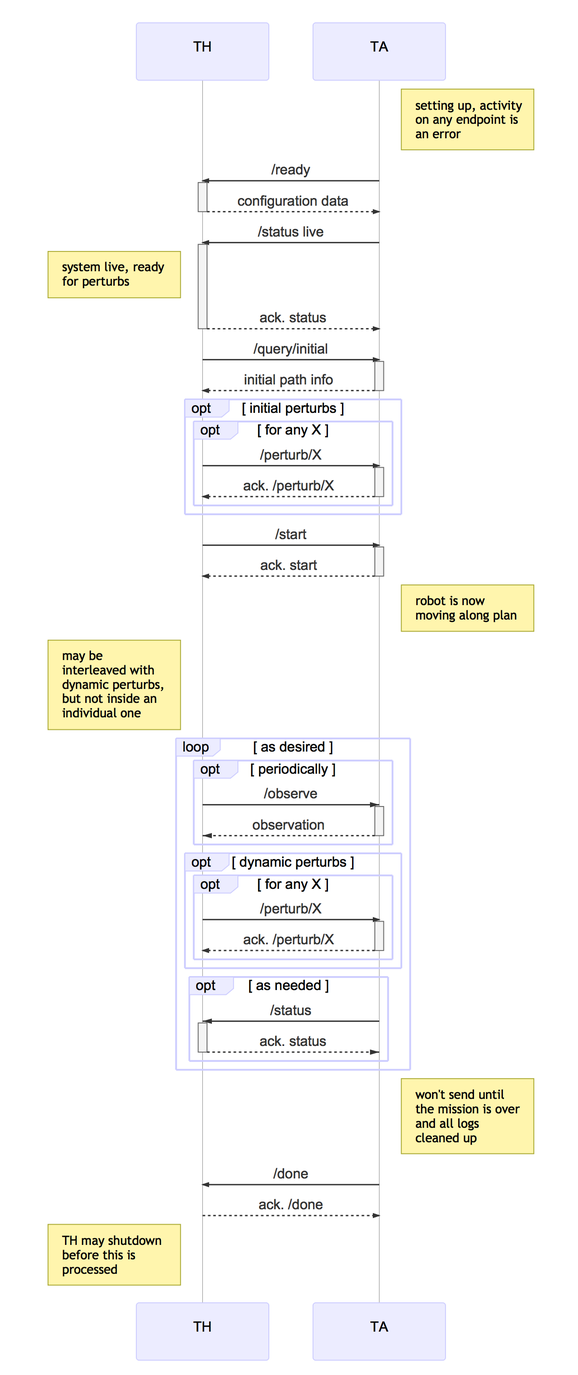
Before: documents/sequences/cp3.mmd.png, a diagram exported from Mermaid (cmu-mars/cmu-robotics). Its source is kept beside it as documents/sequences/cp3.mmd.
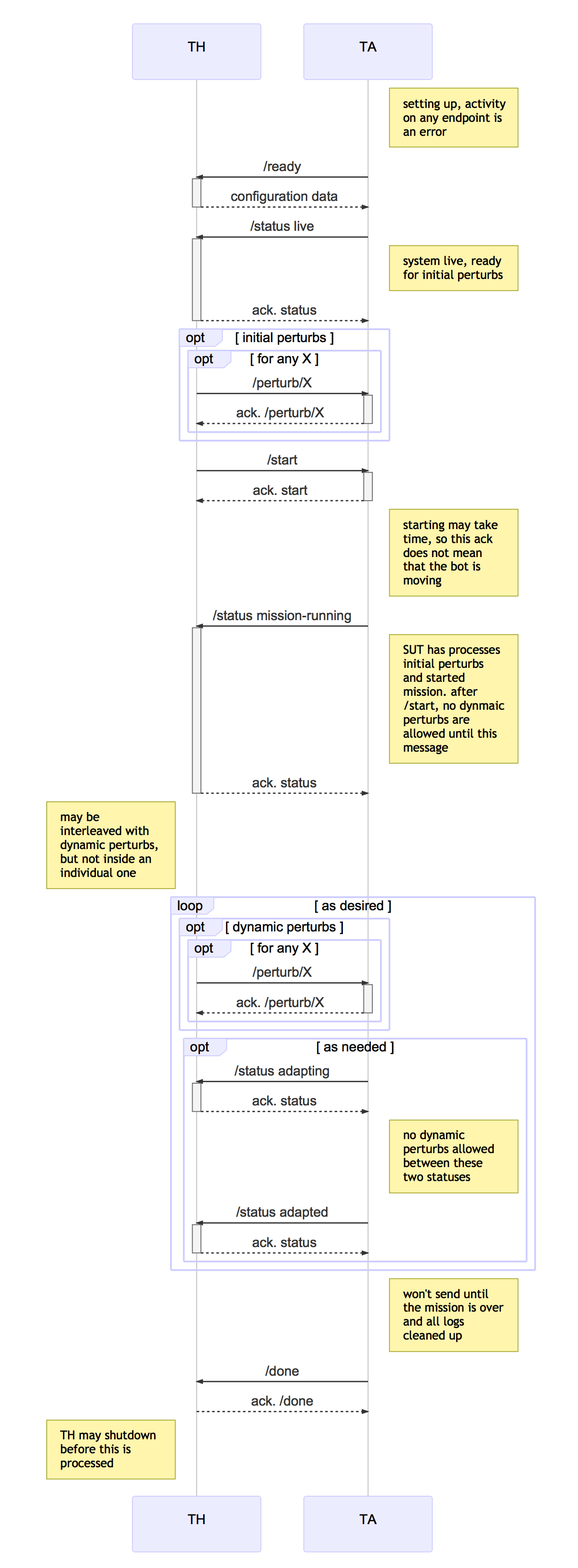
After the change.

Commit message:
updated sequence diagram

Change to the diagram source:
```diff
@@ -8,11 +8,8 @@
         TH -->>- TA: configuration data
 
         TA ->>+ TH: /status live
-        Note left of TH: system live, ready for perturbs
+        Note right of TA: system live, ready for initial perturbs
         TH -->>- TA: ack. status
-
-        TH ->>+ TA: /query/initial
-        TA -->>- TH: initial path info
 
         opt initial perturbs
             opt for any X
@@ -23,15 +20,14 @@
 
         TH ->>+ TA: /start
         TA -->>- TH: ack. start
-        Note right of TA: robot is now moving along plan
+        Note right of TA: starting may take time, so this ack does not mean that the bot is moving
+
+        TA ->>+ TH: /status mission-running
+	Note right of TA: SUT has processes initial perturbs and started mission. after /start, no dynmaic perturbs are allowed until this message
+        TH -->>- TA: ack. status
 
         Note left of TH: may be interleaved with dynamic perturbs, but not inside an individual one
         loop as desired
-                opt periodically
-                    TH -x+ TA: /observe
-                    TA --x- TH: observation
-                end
-
                 opt dynamic perturbs
                             opt for any X
                                  TH ->>+ TA: /perturb/X
@@ -40,8 +36,13 @@
                 end
 
                 opt as needed
-                    TA -x+ TH: /status
-                    TH --x- TA: ack. status
+                    TA ->>+ TH: /status adapting
+                    TH -->>- TA: ack. status
+
+		    Note right of TA: no dynamic perturbs allowed between these two statuses
+
+                    TA ->>+ TH: /status adapted
+                    TH -->>- TA: ack. status
                 end
         end
 
```
